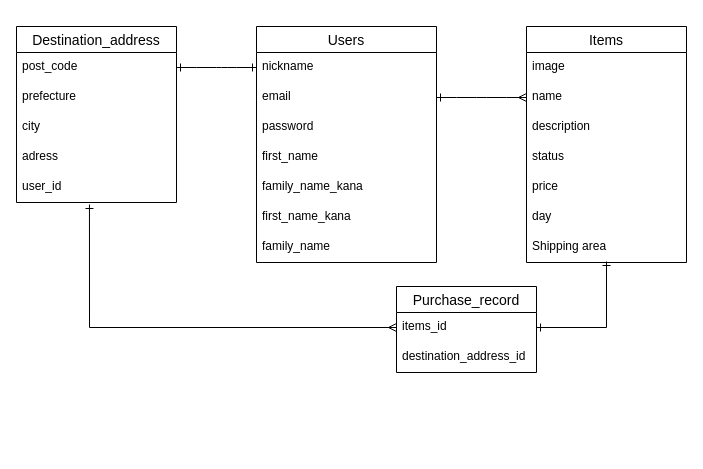
Earlier version of the draw.io diagram furima.dio (phalanx10/furima-32548). Source tidied: cells renumbered, new cells numbered last; positions are measured from the earlier drawing's top-left corner, leaving out a move shared by most shapes. Both pictures are drawn from the tidied source at 100%, with x=0, y=0 at pixel (16, 26).
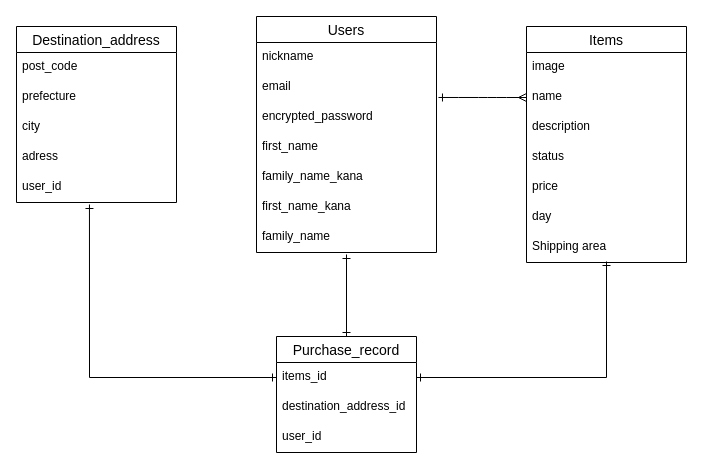
Above is the later version.

Commit message (it also covers changes not shown here):
テーブル設計及びER図の作成(修正2)

The change refers to these unchanged cells:
```xml
<mxCell id="3" value="nickname" style="text;strokeColor=none;fillColor=none;spacingLeft=4;spacingRight=4;overflow=hidden;points=[[0,0.5],[1,0.5]];portConstraint=eastwest;fontSize=12;" parent="2" vertex="1">
  <mxGeometry y="26" width="180" height="30" as="geometry" />
</mxCell>
<mxCell id="4" value="email" style="text;strokeColor=none;fillColor=none;spacingLeft=4;spacingRight=4;overflow=hidden;points=[[0,0.5],[1,0.5]];portConstraint=eastwest;fontSize=12;" parent="2" vertex="1">
  <mxGeometry y="56" width="180" height="30" as="geometry" />
</mxCell>
<mxCell id="9" value="family_name" style="text;strokeColor=none;fillColor=none;spacingLeft=4;spacingRight=4;overflow=hidden;points=[[0,0.5],[1,0.5]];portConstraint=eastwest;fontSize=12;" parent="2" vertex="1">
  <mxGeometry y="206" width="180" height="30" as="geometry" />
</mxCell>
<mxCell id="12" value="name" style="text;strokeColor=none;fillColor=none;spacingLeft=4;spacingRight=4;overflow=hidden;points=[[0,0.5],[1,0.5]];portConstraint=eastwest;fontSize=12;" parent="10" vertex="1">
  <mxGeometry y="56" width="160" height="30" as="geometry" />
</mxCell>
<mxCell id="17" value="Shipping area" style="text;strokeColor=none;fillColor=none;spacingLeft=4;spacingRight=4;overflow=hidden;points=[[0,0.5],[1,0.5]];portConstraint=eastwest;fontSize=12;" parent="10" vertex="1">
  <mxGeometry y="206" width="160" height="30" as="geometry" />
</mxCell>
<mxCell id="19" value="items_id" style="text;strokeColor=none;fillColor=none;spacingLeft=4;spacingRight=4;overflow=hidden;points=[[0,0.5],[1,0.5]];portConstraint=eastwest;fontSize=12;" parent="18" vertex="1">
  <mxGeometry y="26" width="140" height="30" as="geometry" />
</mxCell>
<mxCell id="22" value="post_code" style="text;strokeColor=none;fillColor=none;spacingLeft=4;spacingRight=4;overflow=hidden;points=[[0,0.5],[1,0.5]];portConstraint=eastwest;fontSize=12;" parent="21" vertex="1">
  <mxGeometry y="26" width="160" height="30" as="geometry" />
</mxCell>
<mxCell id="26" value="user_id" style="text;strokeColor=none;fillColor=none;spacingLeft=4;spacingRight=4;overflow=hidden;points=[[0,0.5],[1,0.5]];portConstraint=eastwest;fontSize=12;" parent="21" vertex="1">
  <mxGeometry y="146" width="160" height="30" as="geometry" />
</mxCell>
```

The edit, as a diff of the source:
```diff
@@
     <mxCell id="2" value="Users" style="swimlane;fontStyle=0;horizontal=1;startSize=26;align=center;fontSize=14;" parent="1" vertex="1">
-      <mxGeometry x="240" width="180" height="236" as="geometry" />
+      <mxGeometry x="240" y="-10" width="180" height="236" as="geometry" />
     </mxCell>
@@
-    <mxCell id="5" value="password" style="text;strokeColor=none;fillColor=none;spacingLeft=4;spacingRight=4;overflow=hidden;fontSize=12;" parent="2" vertex="1">
+    <mxCell id="5" value="encrypted_password" style="text;strokeColor=none;fillColor=none;spacingLeft=4;spacingRight=4;overflow=hidden;fontSize=12;" parent="2" vertex="1">
       <mxGeometry y="86" width="180" height="30" as="geometry" />
     </mxCell>
@@
     <mxCell id="18" value="Purchase_record" style="swimlane;fontStyle=0;horizontal=1;startSize=26;align=center;fontSize=14;" parent="1" vertex="1">
-      <mxGeometry x="380" y="260" width="140" height="86" as="geometry" />
+      <mxGeometry x="260" y="310" width="140" height="116" as="geometry" />
     </mxCell>
@@
+    <mxCell id="31" value="user_id" style="text;strokeColor=none;fillColor=none;spacingLeft=4;spacingRight=4;overflow=hidden;fontSize=12;align=left;" parent="18" vertex="1">
+      <mxGeometry y="86" width="140" height="30" as="geometry" />
+    </mxCell>
@@
-    <mxCell id="27" style="edgeStyle=entityRelationEdgeStyle;fontSize=12;html=1;endArrow=ERmany;startArrow=ERone;entryX=0;entryY=0.5;entryDx=0;entryDy=0;exitX=1;exitY=0.5;exitDx=0;exitDy=0;endFill=0;startFill=0;" parent="1" edge="1" source="4" target="12">
+    <mxCell id="27" style="edgeStyle=entityRelationEdgeStyle;fontSize=12;html=1;endArrow=ERmany;startArrow=ERone;entryX=0;entryY=0.5;entryDx=0;entryDy=0;exitX=1.011;exitY=0.833;exitDx=0;exitDy=0;endFill=0;startFill=0;exitPerimeter=0;" parent="1" edge="1" source="4" target="12">
       <mxGeometry relative="1" as="geometry" />
     </mxCell>
-    <mxCell id="28" style="endArrow=ERone;html=1;rounded=0;exitX=0;exitY=0.5;exitDx=0;exitDy=0;startArrow=ERmany;startFill=0;endFill=0;entryX=0.456;entryY=1.067;entryDx=0;entryDy=0;entryPerimeter=0;" parent="1" edge="1" source="19" target="26">
+    <mxCell id="28" style="endArrow=ERone;html=1;rounded=0;exitX=0;exitY=0.5;exitDx=0;exitDy=0;startArrow=ERone;startFill=0;endFill=0;entryX=0.456;entryY=1.067;entryDx=0;entryDy=0;entryPerimeter=0;" parent="1" edge="1" source="19" target="26">
       <mxGeometry relative="1" as="geometry">
         <Array as="points">
-          <mxPoint x="73" y="301" />
+          <mxPoint x="73" y="351" />
         </Array>
       </mxGeometry>
     </mxCell>
     <mxCell id="29" style="endArrow=ERone;html=1;rounded=0;exitX=1;exitY=0.5;exitDx=0;exitDy=0;startArrow=ERone;startFill=0;endFill=0;entryX=0.5;entryY=0.967;entryDx=0;entryDy=0;entryPerimeter=0;" parent="1" edge="1" source="19" target="17">
       <mxGeometry relative="1" as="geometry">
         <Array as="points">
-          <mxPoint x="590" y="301" />
+          <mxPoint x="590" y="351" />
         </Array>
       </mxGeometry>
     </mxCell>
-    <mxCell id="30" style="edgeStyle=entityRelationEdgeStyle;fontSize=12;html=1;endArrow=ERone;startArrow=ERone;entryX=0;entryY=0.5;entryDx=0;entryDy=0;exitX=1;exitY=0.5;exitDx=0;exitDy=0;startFill=0;endFill=0;" parent="1" edge="1" source="22" target="3">
-      <mxGeometry relative="1" as="geometry" />
-    </mxCell>
+    <mxCell id="32" style="endArrow=ERone;html=1;rounded=0;exitX=0.5;exitY=1.067;exitDx=0;exitDy=0;exitPerimeter=0;entryX=0.5;entryY=0;entryDx=0;entryDy=0;startArrow=ERone;startFill=0;endFill=0;" parent="1" edge="1" source="9" target="18">
+      <mxGeometry relative="1" as="geometry" />
+    </mxCell>
```
